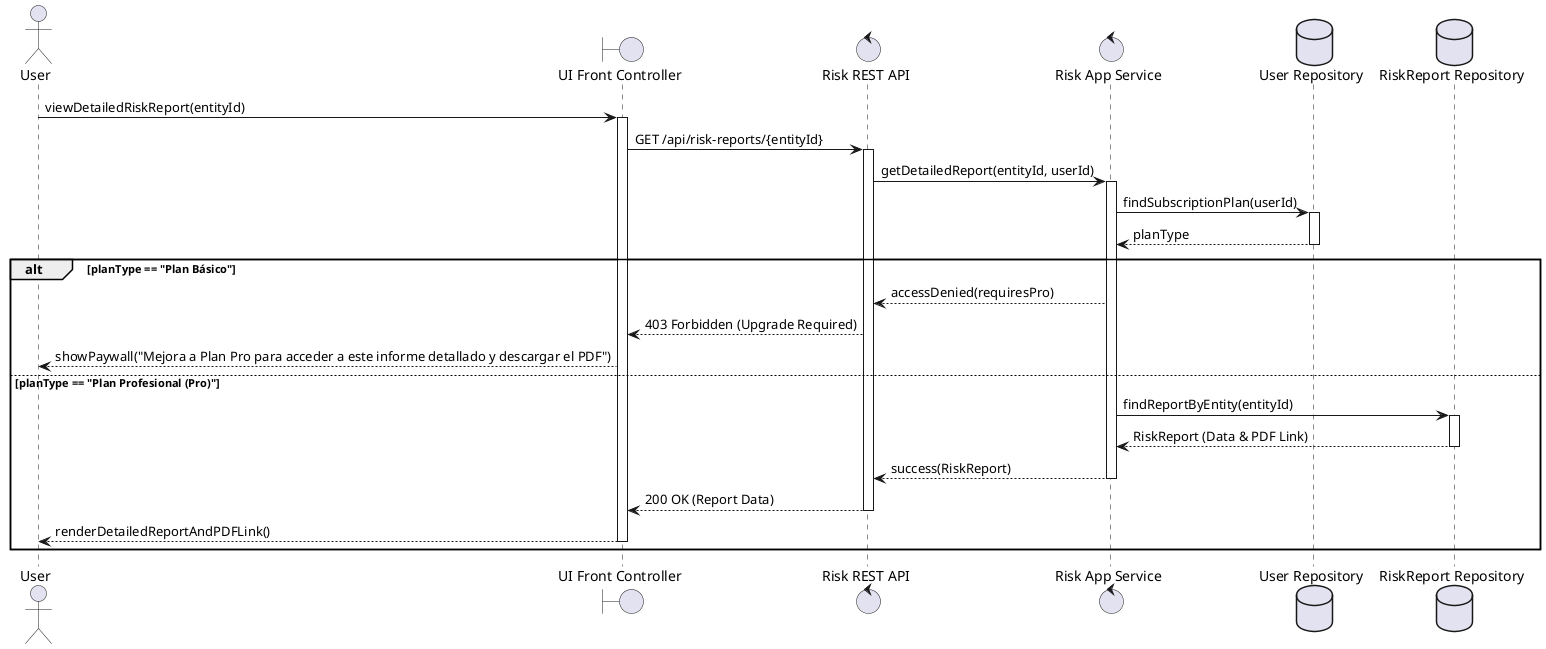
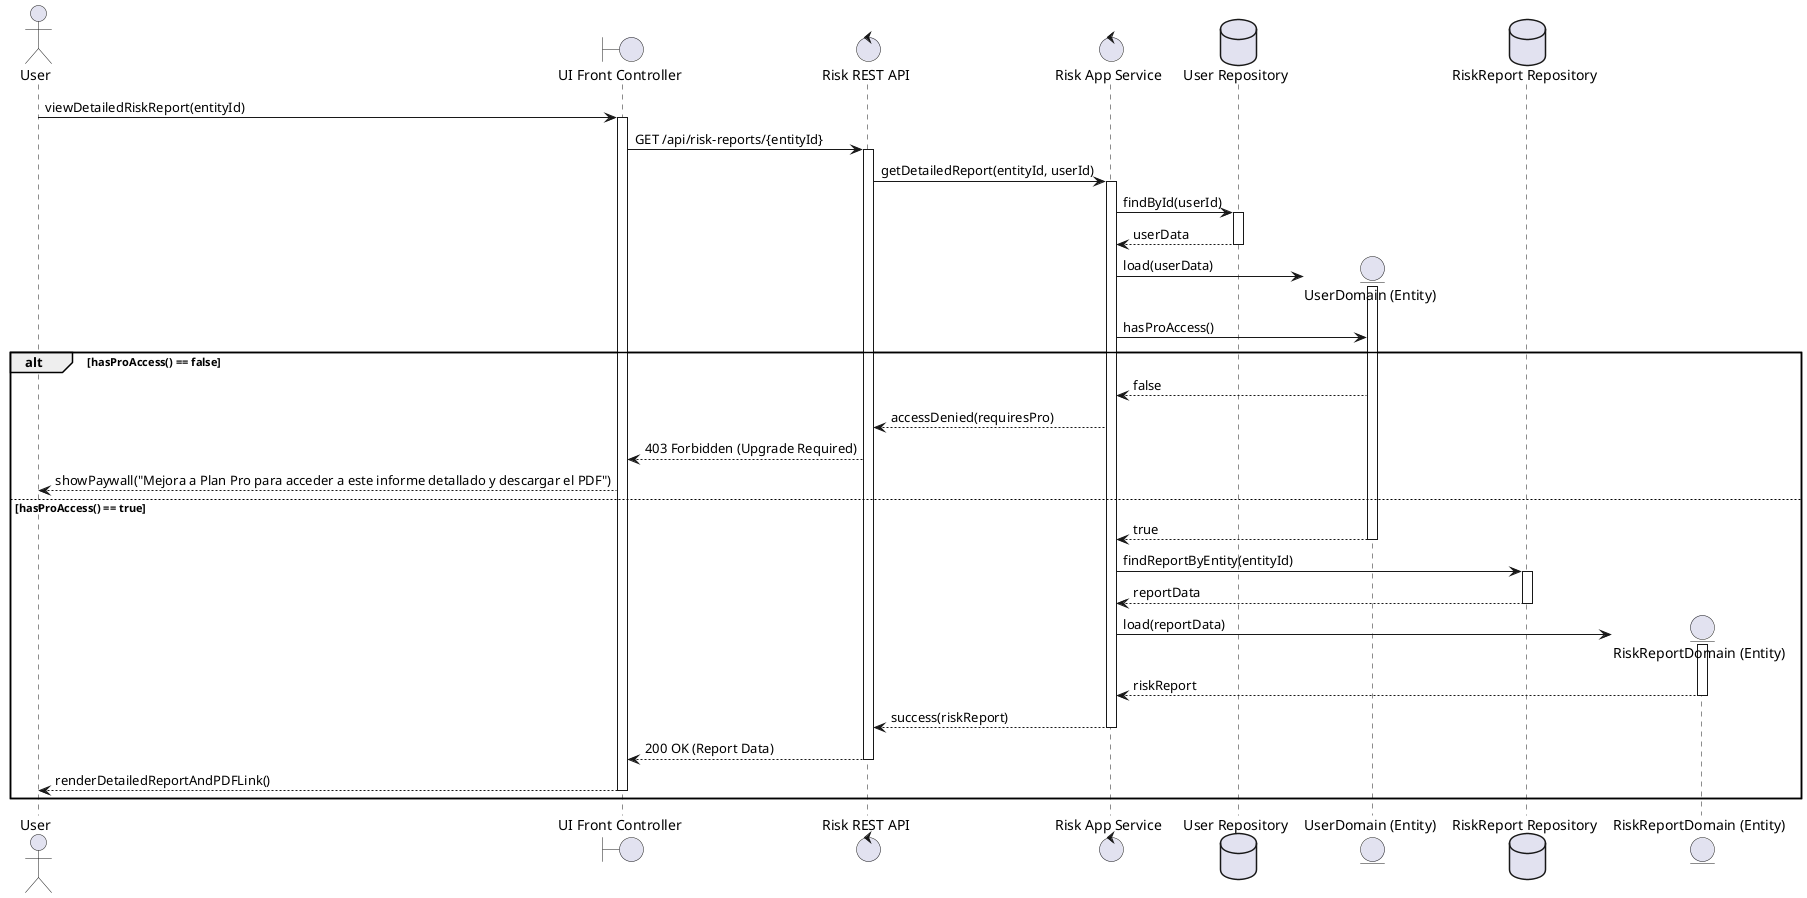
@startuml "Sequence Diagram - Evaluate Options and Risk Analysis"

actor User
boundary "UI Front Controller" as UI
control "Risk REST API" as RestApi
control "Risk App Service" as AppService
database "User Repository" as UserRepository
+ entity "UserDomain (Entity)" as UserEntity
database "RiskReport Repository" as ReportRepository
+ entity "RiskReportDomain (Entity)" as ReportEntity

User -> UI : viewDetailedRiskReport(entityId)
activate UI

UI -> RestApi : GET /api/risk-reports/{entityId}
activate RestApi

RestApi -> AppService : getDetailedReport(entityId, userId)
activate AppService

- ' Se verifica el nivel de suscripción del usuario
- AppService -> UserRepository : findSubscriptionPlan(userId)
+ ' 1. El servicio consulta la base de datos
+ AppService -> UserRepository : findById(userId)
activate UserRepository
- UserRepository --> AppService : planType
+ UserRepository --> AppService : userData
deactivate UserRepository

- alt planType == "Plan Básico"
+ ' 2. Se instancia la ENTIDAD (El corazón del dominio)
+ AppService -> UserEntity ** : load(userData)
+ activate UserEntity
+ 
+ ' 3. La regla de negocio se le pregunta a la Entidad, no se calcula afuera
+ AppService -> UserEntity : hasProAccess()
+ 
+ alt hasProAccess() == false
+     UserEntity --> AppService : false
+ 
    AppService --> RestApi : accessDenied(requiresPro)

    RestApi --> UI : 403 Forbidden (Upgrade Required)

    UI --> User : showPaywall("Mejora a Plan Pro para acceder a este informe detallado y descargar el PDF")

- else planType == "Plan Profesional (Pro)"
+ else hasProAccess() == true
+     UserEntity --> AppService : true
+     deactivate UserEntity
+ 
+     ' 4. Acceso permitido, buscamos el reporte
    AppService -> ReportRepository : findReportByEntity(entityId)
    activate ReportRepository
-     ReportRepository --> AppService : RiskReport (Data & PDF Link)
+     ReportRepository --> AppService : reportData
    deactivate ReportRepository

-     AppService --> RestApi : success(RiskReport)
+     ' 5. Se instancia la segunda ENTIDAD
+     AppService -> ReportEntity ** : load(reportData)
+     activate ReportEntity
+     ReportEntity --> AppService : riskReport
+     deactivate ReportEntity
+ 
+     AppService --> RestApi : success(riskReport)
    deactivate AppService

    RestApi --> UI : 200 OK (Report Data)
    deactivate RestApi

    UI --> User : renderDetailedReportAndPDFLink()
    deactivate UI
end

@enduml